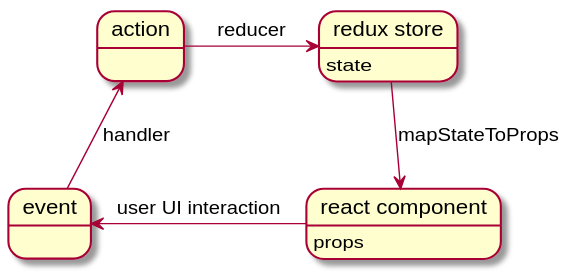
The PlantUML diagram doc/img/basic_arch.svg in SUNET/eduid-front, before a commit.
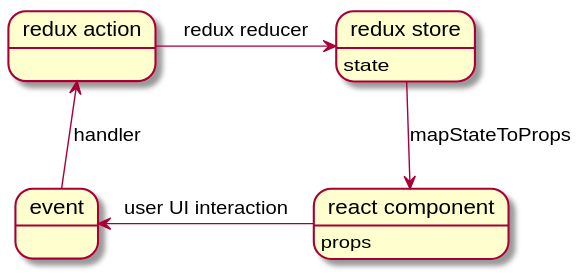
Above is the later version.

Diff of the diagram source:
```diff
@@ -5,11 +5,11 @@
 state "react component" as comp
 comp: props
 state event
-state action
+state "redux action" as action
 
 store -down-> comp: mapStateToProps
 comp -left-> event: user UI interaction
 event -up-> action: handler
-action -right-> store: reducer
+action -right-> store: redux reducer
 
 @enduml
```
